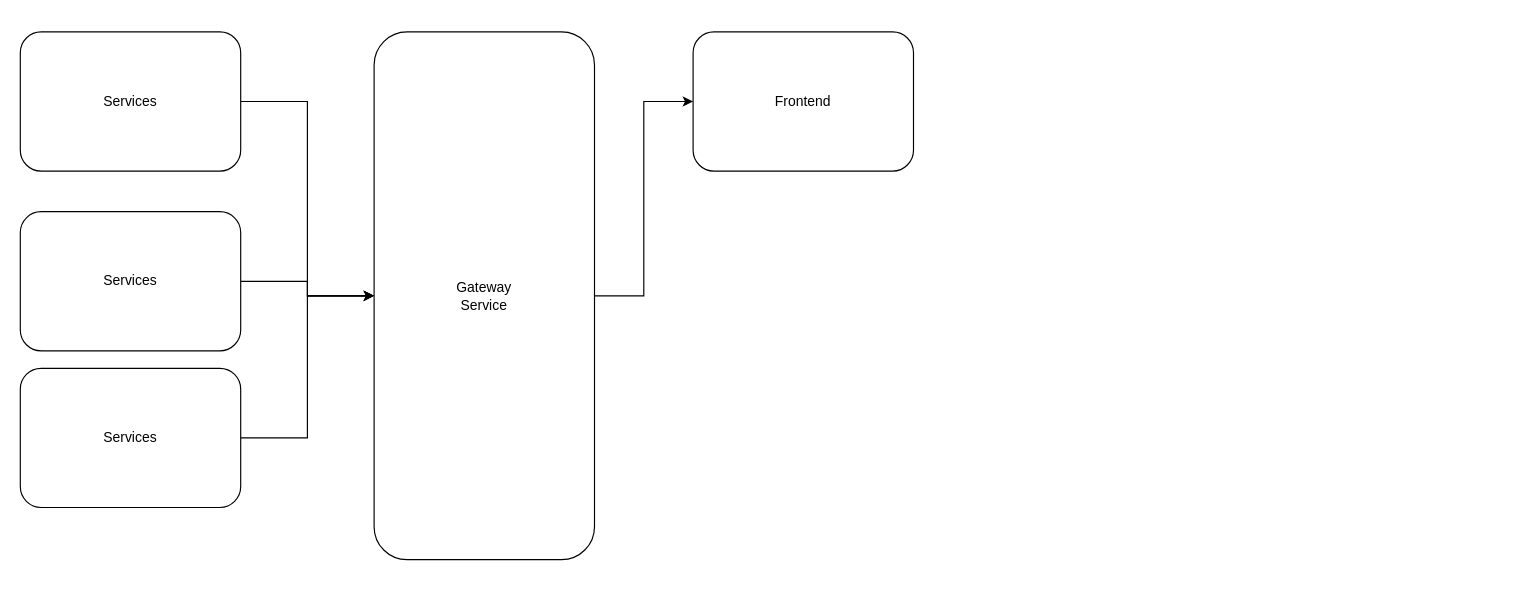
The draw.io diagram OBS-components.drawio in RobertJohn-/design-onlinebookstore-repo, before the edit. Source tidied: cells renumbered, new cells numbered last; positions are measured from the earlier drawing's top-left corner, leaving out a move shared by most shapes. Both pictures are drawn from the tidied source at 116%, with x=0, y=0 at pixel (20, 31).
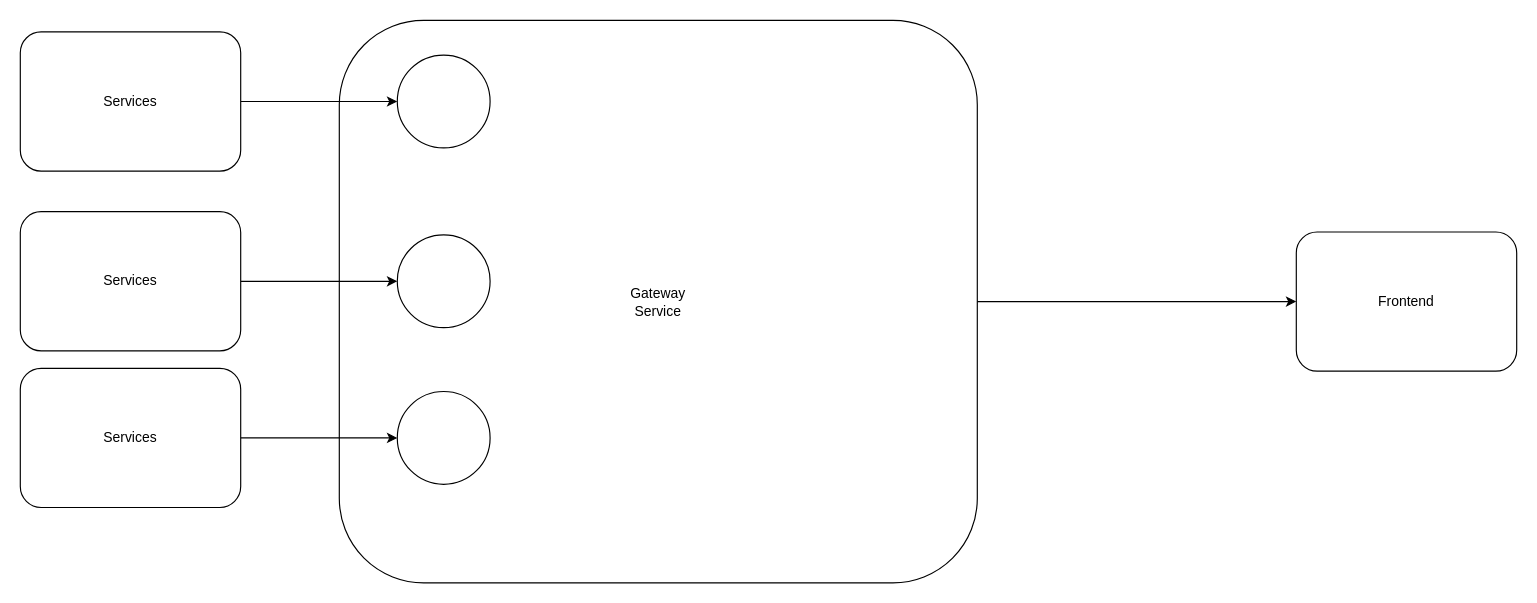
Above is the later version.

Change to the diagram source:
```diff
@@
 <mxGraphModel>
   <root>
     <mxCell id="0" />
     <mxCell id="1" parent="0" />
-    <mxCell id="2" style="edgeStyle=orthogonalEdgeStyle;rounded=0;jettySize=auto;html=1;" parent="1" edge="1" source="3" target="6">
-      <mxGeometry relative="1" as="geometry" />
-    </mxCell>
+    <mxCell id="6" value="&lt;div&gt;Gateway&lt;/div&gt;Service" style="rounded=1;whiteSpace=wrap;html=1;" parent="1" vertex="1">
+      <mxGeometry x="275" y="-10" width="550" height="485" as="geometry" />
+    </mxCell>
+    <mxCell id="11" style="edgeStyle=orthogonalEdgeStyle;rounded=0;jettySize=auto;html=1;" parent="1" edge="1" source="3" target="16">
+      <mxGeometry relative="1" as="geometry" />
+    </mxCell>
     <mxCell id="3" value="Services" style="rounded=1;whiteSpace=wrap;html=1;" parent="1" vertex="1">
       <mxGeometry width="190" height="120" as="geometry" />
     </mxCell>
     <mxCell id="4" value="Frontend" style="rounded=1;whiteSpace=wrap;html=1;" parent="1" vertex="1">
-      <mxGeometry x="580" width="190" height="120" as="geometry" />
+      <mxGeometry x="1100" y="172.5" width="190" height="120" as="geometry" />
     </mxCell>
     <mxCell id="5" style="edgeStyle=orthogonalEdgeStyle;rounded=0;jettySize=auto;html=1;" parent="1" edge="1" source="6" target="4">
       <mxGeometry relative="1" as="geometry" />
     </mxCell>
-    <mxCell id="6" value="&lt;div&gt;Gateway&lt;/div&gt;Service" style="rounded=1;whiteSpace=wrap;html=1;" parent="1" vertex="1">
-      <mxGeometry x="305" width="190" height="455" as="geometry" />
-    </mxCell>
-    <mxCell id="7" style="edgeStyle=orthogonalEdgeStyle;rounded=0;jettySize=auto;html=1;" parent="1" edge="1" source="8" target="6">
-      <mxGeometry relative="1" as="geometry" />
-    </mxCell>
+    <mxCell id="12" style="edgeStyle=orthogonalEdgeStyle;rounded=0;jettySize=auto;html=1;" parent="1" edge="1" source="8" target="14">
+      <mxGeometry relative="1" as="geometry" />
+    </mxCell>
     <mxCell id="8" value="Services" style="rounded=1;whiteSpace=wrap;html=1;" parent="1" vertex="1">
       <mxGeometry y="155" width="190" height="120" as="geometry" />
     </mxCell>
-    <mxCell id="9" style="edgeStyle=orthogonalEdgeStyle;rounded=0;jettySize=auto;html=1;" parent="1" edge="1" source="10" target="6">
-      <mxGeometry relative="1" as="geometry" />
-    </mxCell>
+    <mxCell id="13" style="edgeStyle=orthogonalEdgeStyle;rounded=0;jettySize=auto;html=1;" parent="1" edge="1" source="10" target="15">
+      <mxGeometry relative="1" as="geometry" />
+    </mxCell>
     <mxCell id="10" value="Services" style="rounded=1;whiteSpace=wrap;html=1;" parent="1" vertex="1">
       <mxGeometry y="290" width="190" height="120" as="geometry" />
     </mxCell>
+    <mxCell id="14" style="ellipse;whiteSpace=wrap;html=1;rounded=1;" parent="1" vertex="1">
+      <mxGeometry x="325" y="175" width="80" height="80" as="geometry" />
+    </mxCell>
+    <mxCell id="15" style="ellipse;whiteSpace=wrap;html=1;rounded=1;" parent="1" vertex="1">
+      <mxGeometry x="325" y="310" width="80" height="80" as="geometry" />
+    </mxCell>
+    <mxCell id="16" style="ellipse;whiteSpace=wrap;html=1;rounded=1;" parent="1" vertex="1">
+      <mxGeometry x="325" y="20" width="80" height="80" as="geometry" />
+    </mxCell>
   </root>
 </mxGraphModel>
```
